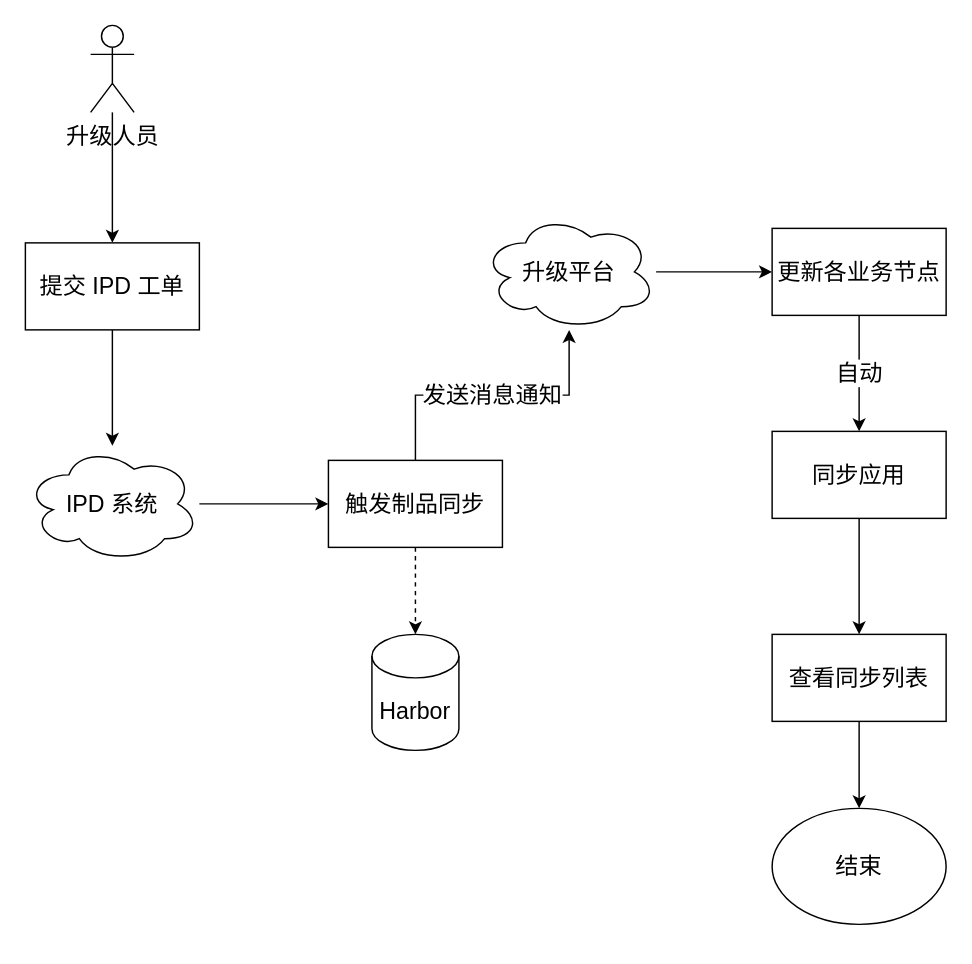
Before: page "自动化同步流程" (4 of 8) of upgrade/mainFlow.drawio in zhuoooo/doodles, a draw.io diagram. Source tidied: cells renumbered, new cells numbered last; positions are measured from the earlier drawing's top-left corner, leaving out a move shared by most shapes. Both pictures are drawn from the tidied source at 145%, with x=0, y=0 at pixel (25, 25).
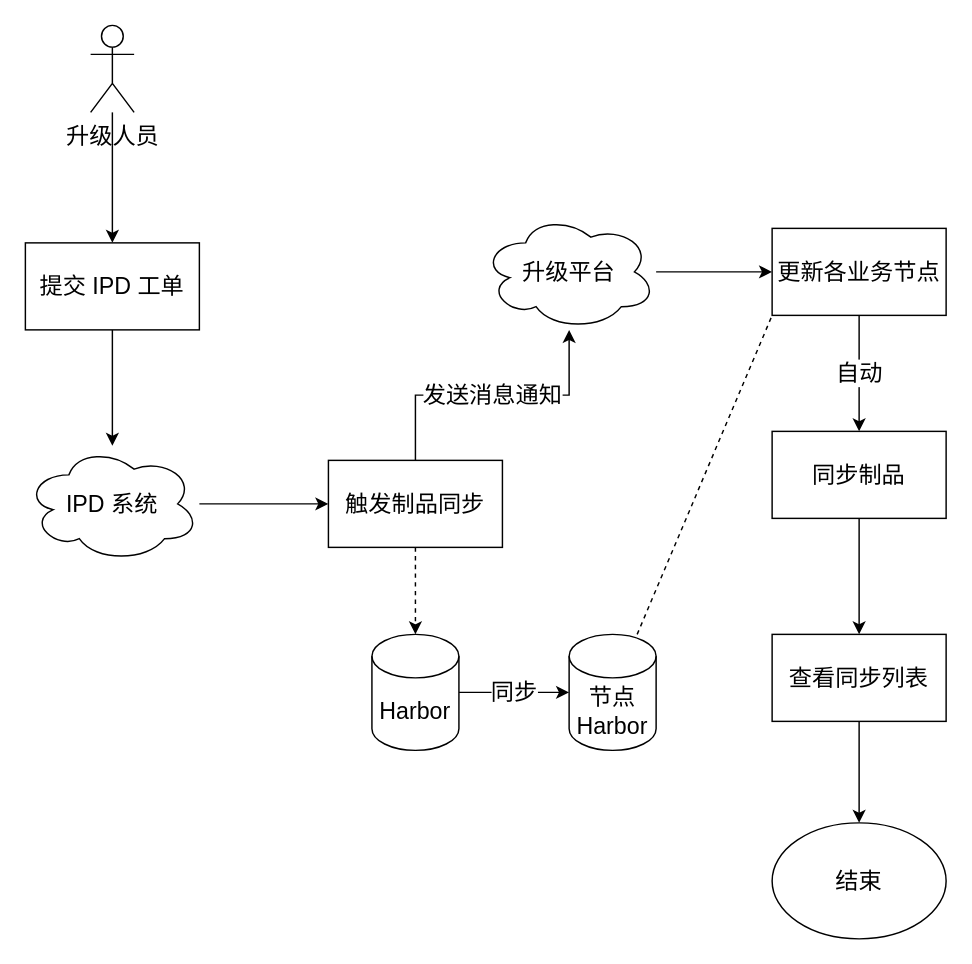
Above is the later version.

Unchanged cells that the change refers to:
```xml
<mxCell id="11" value="Harbor" style="shape=cylinder3;whiteSpace=wrap;html=1;boundedLbl=1;backgroundOutline=1;size=15;fontSize=16;" parent="1" vertex="1">
  <mxGeometry x="239" y="420" width="60" height="80" as="geometry" />
</mxCell>
<mxCell id="15" value="更新各业务节点" style="whiteSpace=wrap;html=1;fontSize=16;" parent="1" vertex="1">
  <mxGeometry x="515" y="140" width="120" height="60" as="geometry" />
</mxCell>
```

Change to the diagram source:
```diff
@@
+    <mxCell id="21" value="同步" style="edgeStyle=orthogonalEdgeStyle;rounded=0;jettySize=auto;html=1;fontSize=16;" parent="1" edge="1" source="11" target="23">
+      <mxGeometry relative="1" as="geometry" />
+    </mxCell>
@@
-    <mxCell id="17" value="同步应用" style="whiteSpace=wrap;html=1;fontSize=16;" parent="1" vertex="1">
+    <mxCell id="17" value="同步制品" style="whiteSpace=wrap;html=1;fontSize=16;" parent="1" vertex="1">
       <mxGeometry x="515" y="280" width="120" height="60" as="geometry" />
     </mxCell>
@@
     <mxCell id="20" value="结束" style="ellipse;whiteSpace=wrap;html=1;fontSize=16;" parent="1" vertex="1">
-      <mxGeometry x="515" y="540" width="120" height="80" as="geometry" />
+      <mxGeometry x="515" y="550" width="120" height="80" as="geometry" />
     </mxCell>
+    <mxCell id="22" style="rounded=0;jettySize=auto;html=1;endArrow=none;endFill=0;dashed=1;entryX=0;entryY=1;entryDx=0;entryDy=0;" parent="1" edge="1" source="23" target="15">
+      <mxGeometry relative="1" as="geometry" />
+    </mxCell>
+    <mxCell id="23" value="节点&lt;br&gt;Harbor" style="shape=cylinder3;whiteSpace=wrap;html=1;boundedLbl=1;backgroundOutline=1;size=15;fontSize=16;" parent="1" vertex="1">
+      <mxGeometry x="375" y="420" width="60" height="80" as="geometry" />
+    </mxCell>
```
